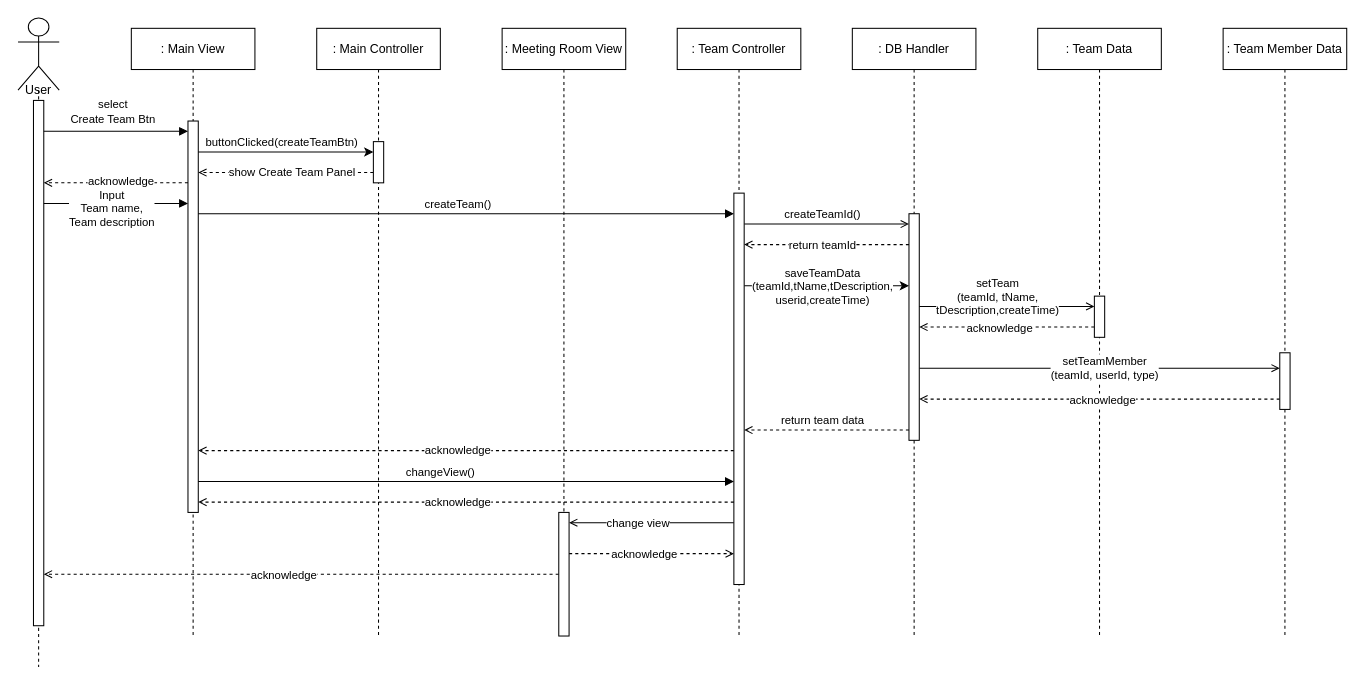
The draw.io diagram SD3.drawio in ONFFLine/Diagram, before the edit. Source tidied: cells renumbered, new cells numbered last; positions are measured from the earlier drawing's top-left corner, leaving out a move shared by most shapes. Both pictures are drawn from the tidied source at 103%, with x=0, y=0 at pixel (18, 18).
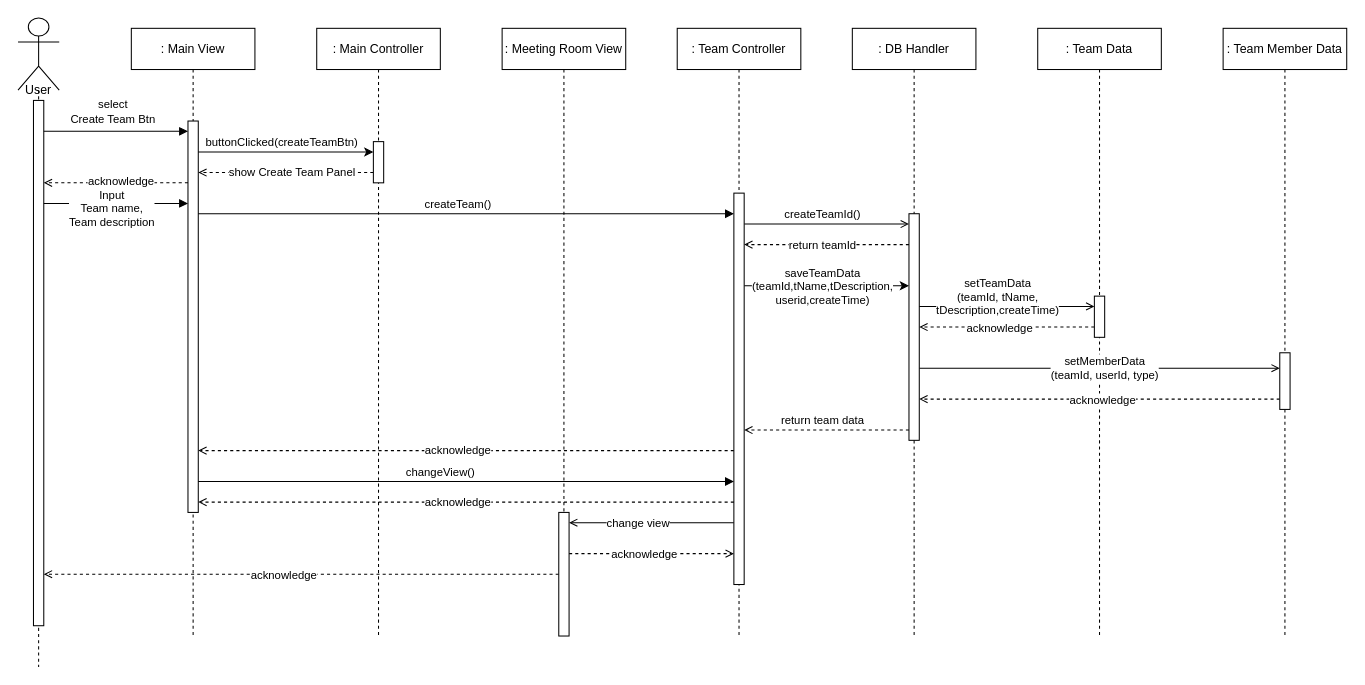
The same page after the edit.

The change refers to these unchanged cells:
```xml
<mxCell id="22" style="edgeStyle=orthogonalEdgeStyle;rounded=0;jettySize=auto;html=1;endArrow=open;endFill=0;" parent="1" edge="1" source="24" target="41">
  <mxGeometry relative="1" as="geometry">
    <Array as="points">
      <mxPoint x="1140" y="340" />
      <mxPoint x="1140" y="340" />
    </Array>
  </mxGeometry>
</mxCell>
<mxCell id="25" style="edgeStyle=orthogonalEdgeStyle;rounded=0;jettySize=auto;html=1;endArrow=open;endFill=0;" parent="1" edge="1" source="24" target="29">
  <mxGeometry relative="1" as="geometry">
    <Array as="points">
      <mxPoint x="920" y="280" />
      <mxPoint x="920" y="280" />
    </Array>
  </mxGeometry>
</mxCell>
```

Diff of the diagram source:
```diff
@@
-    <mxCell id="23" value="setTeamMember&lt;br&gt;(teamId, userId, type)" style="edgeLabel;html=1;align=center;verticalAlign=middle;" parent="22" vertex="1">
+    <mxCell id="23" value="setMemberData&lt;br&gt;(teamId, userId, type)" style="edgeLabel;html=1;align=center;verticalAlign=middle;" parent="22" vertex="1">
       <mxGeometry x="0.03" y="-3" relative="1" as="geometry">
         <mxPoint x="-1" y="-4" as="offset" />
       </mxGeometry>
     </mxCell>
@@
-    <mxCell id="26" value="setTeam&lt;br&gt;(teamId, tName, &lt;br&gt;tDescription,createTime)" style="edgeLabel;html=1;align=center;verticalAlign=middle;" parent="25" vertex="1">
+    <mxCell id="26" value="setTeamData&lt;br&gt;(teamId, tName, &lt;br&gt;tDescription,createTime)" style="edgeLabel;html=1;align=center;verticalAlign=middle;" parent="25" vertex="1">
       <mxGeometry x="-0.17" y="4" relative="1" as="geometry">
         <mxPoint x="4" y="-6" as="offset" />
       </mxGeometry>
     </mxCell>
```
